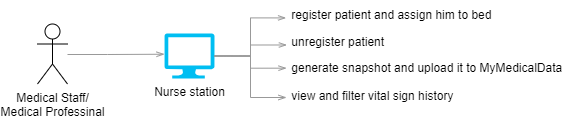
This is images/actor-nurse-station.drawio.png from formalizator/Ctrl-Arch-Elite, a draw.io export, as it was before one commit. Source tidied: cells renumbered, new cells last; positions are measured from the earlier drawing's top-left corner, leaving out a move shared by most shapes.
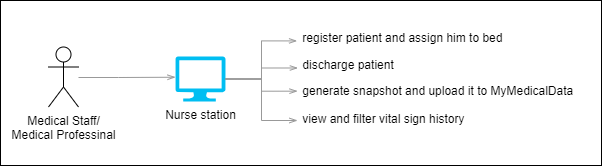
Above is the later version.

What changed in the source:
```diff
@@ -2,6 +2,9 @@
   <root>
     <mxCell id="0" />
     <mxCell id="1" parent="0" />
+    <mxCell id="13" style="rounded=0;whiteSpace=wrap;html=1;" parent="1" vertex="1">
+      <mxGeometry x="-48" y="-23" width="601" height="165" as="geometry" />
+    </mxCell>
     <mxCell id="2" value="Medical Staff/&lt;br&gt;Medical Professinal" style="shape=umlActor;verticalLabelPosition=bottom;verticalAlign=top;html=1;" parent="1" vertex="1">
       <mxGeometry y="23.5" width="30" height="60" as="geometry" />
     </mxCell>
@@ -40,7 +43,7 @@
     <mxCell id="10" style="edgeStyle=orthogonalEdgeStyle;rounded=0;jettySize=auto;html=1;exitX=1;exitY=0.5;exitDx=0;exitDy=0;exitPerimeter=0;entryX=-0.002;entryY=0.597;entryDx=0;entryDy=0;entryPerimeter=0;strokeColor=#999999;endArrow=openThin;endFill=0;" parent="1" edge="1" source="8" target="3">
       <mxGeometry relative="1" as="geometry" />
     </mxCell>
-    <mxCell id="11" value="&amp;nbsp;unregister patient" style="text;html=1;align=left;verticalAlign=middle;points=[];strokeColor=none;fillColor=none;" parent="1" vertex="1">
+    <mxCell id="11" value="&amp;nbsp;discharge patient" style="text;html=1;align=left;verticalAlign=middle;points=[];strokeColor=none;fillColor=none;" parent="1" vertex="1">
       <mxGeometry x="249" y="27" width="120" height="30" as="geometry" />
     </mxCell>
     <mxCell id="12" style="edgeStyle=orthogonalEdgeStyle;rounded=0;jettySize=auto;html=1;exitX=1;exitY=0.5;exitDx=0;exitDy=0;exitPerimeter=0;entryX=0.003;entryY=0.583;entryDx=0;entryDy=0;entryPerimeter=0;strokeColor=#999999;endArrow=openThin;endFill=0;" parent="1" edge="1" source="8" target="11">
```
